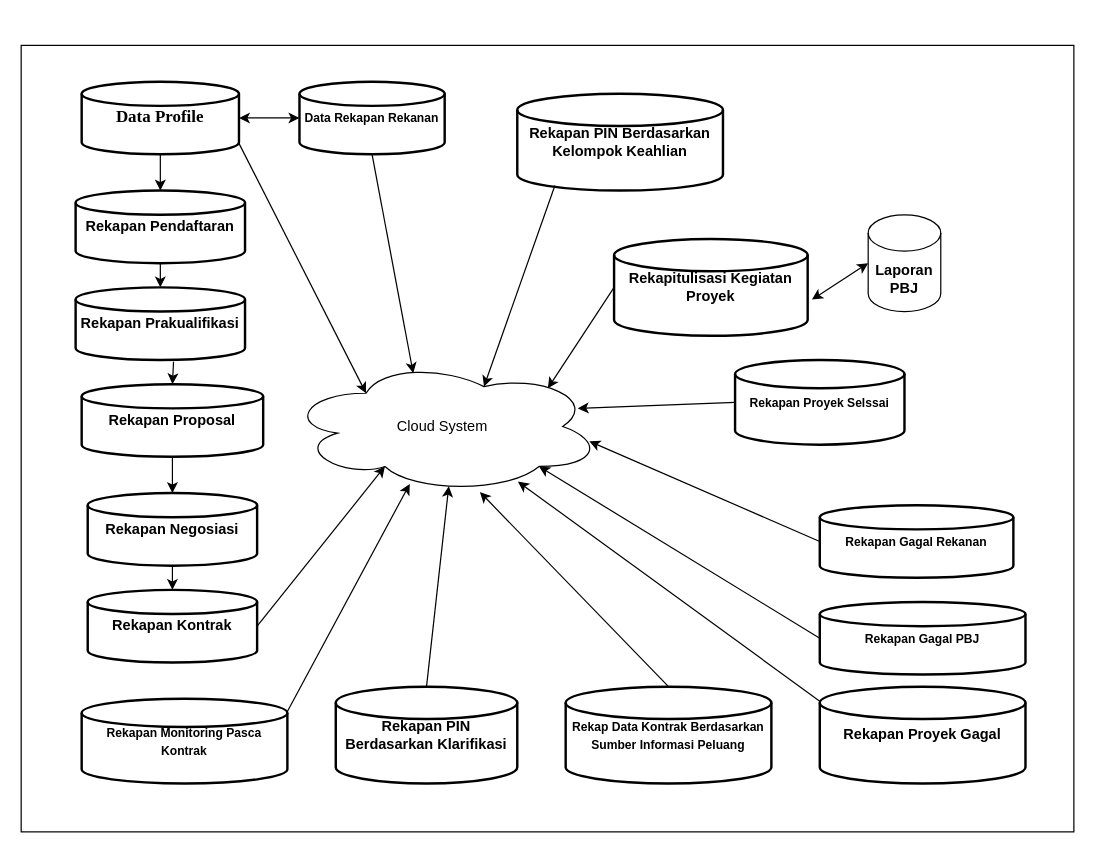
The draw.io diagram Rekapan_data.drawio in Tian7877/Hanoi_Tower, before the edit. Source tidied: cells renumbered, new cells numbered last; positions are measured from the earlier drawing's top-left corner, leaving out a move shared by most shapes. Both pictures are drawn from the tidied source at 121%, with x=0, y=0 at pixel (21, 45).
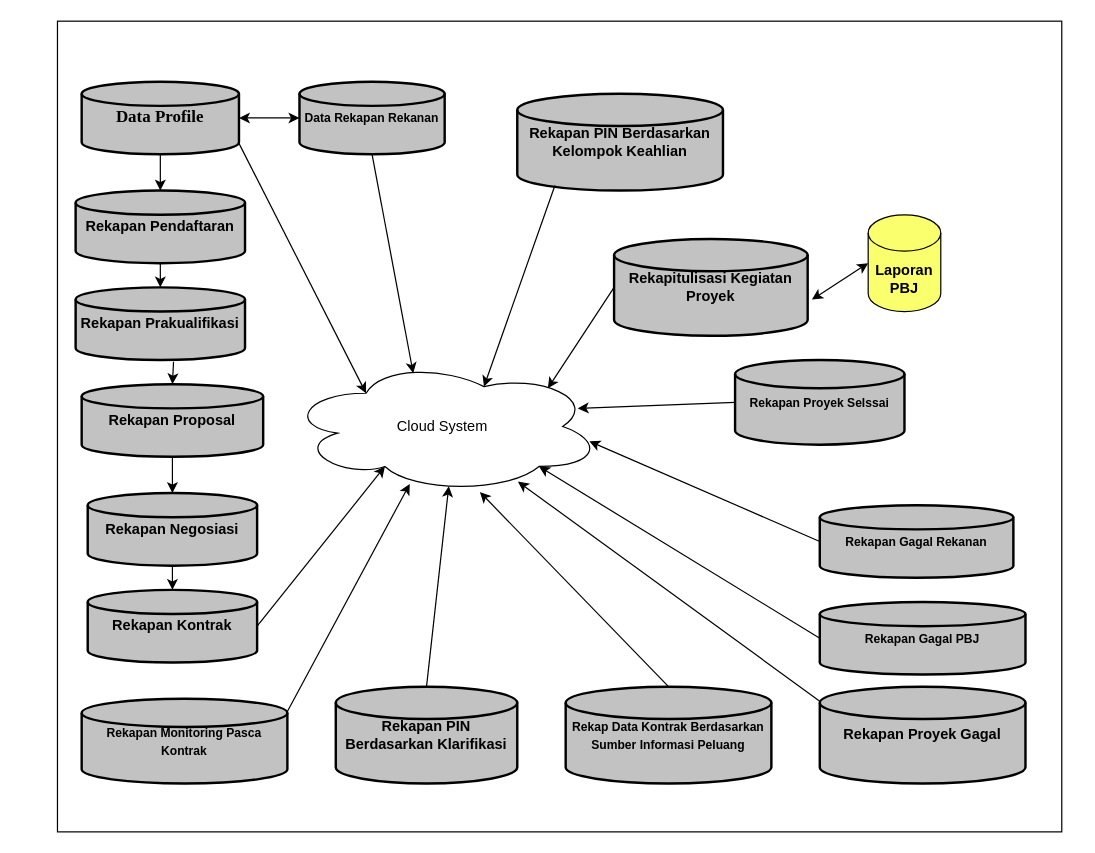
Above is the later version.

What changed in the source:
```diff
@@
-    <mxCell id="2" value="&lt;font face=&quot;Times New Roman&quot; style=&quot;font-size: 14px;&quot;&gt;Data Profile&lt;/font&gt;" style="strokeWidth=2;html=1;shape=mxgraph.flowchart.database;whiteSpace=wrap;fontStyle=1;" parent="1" vertex="1">
+    <mxCell id="2" value="&lt;font face=&quot;Times New Roman&quot; style=&quot;font-size: 14px;&quot;&gt;Data Profile&lt;/font&gt;" style="strokeWidth=2;html=1;shape=mxgraph.flowchart.database;whiteSpace=wrap;fontStyle=1;fillColor=#C2C2C2;" parent="1" vertex="1">
       <mxGeometry x="50" y="30" width="130" height="60" as="geometry" />
     </mxCell>
-    <mxCell id="3" value="&lt;font style=&quot;font-size: 10px;&quot;&gt;Data Rekapan Rekanan&lt;/font&gt;" style="strokeWidth=2;html=1;shape=mxgraph.flowchart.database;whiteSpace=wrap;fontStyle=1;" parent="1" vertex="1">
+    <mxCell id="3" value="&lt;font style=&quot;font-size: 10px;&quot;&gt;Data Rekapan Rekanan&lt;/font&gt;" style="strokeWidth=2;html=1;shape=mxgraph.flowchart.database;whiteSpace=wrap;fontStyle=1;fillColor=#C2C2C2;" parent="1" vertex="1">
       <mxGeometry x="230" y="30" width="120" height="60" as="geometry" />
     </mxCell>
-    <mxCell id="4" value="Rekapan Pendaftaran" style="strokeWidth=2;html=1;shape=mxgraph.flowchart.database;whiteSpace=wrap;fontStyle=1;" parent="1" vertex="1">
+    <mxCell id="4" value="Rekapan Pendaftaran" style="strokeWidth=2;html=1;shape=mxgraph.flowchart.database;whiteSpace=wrap;fontStyle=1;fillColor=#C2C2C2;" parent="1" vertex="1">
       <mxGeometry x="45" y="120" width="140" height="60" as="geometry" />
     </mxCell>
-    <mxCell id="5" value="Rekapan Prakualifikasi" style="strokeWidth=2;html=1;shape=mxgraph.flowchart.database;whiteSpace=wrap;fontStyle=1;" parent="1" vertex="1">
+    <mxCell id="5" value="Rekapan Prakualifikasi" style="strokeWidth=2;html=1;shape=mxgraph.flowchart.database;whiteSpace=wrap;fontStyle=1;fillColor=#C2C2C2;" parent="1" vertex="1">
       <mxGeometry x="45" y="200" width="140" height="60" as="geometry" />
     </mxCell>
-    <mxCell id="6" value="Rekapan Proposal" style="strokeWidth=2;html=1;shape=mxgraph.flowchart.database;whiteSpace=wrap;fontStyle=1;" parent="1" vertex="1">
+    <mxCell id="6" value="Rekapan Proposal" style="strokeWidth=2;html=1;shape=mxgraph.flowchart.database;whiteSpace=wrap;fontStyle=1;fillColor=#C2C2C2;" parent="1" vertex="1">
       <mxGeometry x="50" y="280" width="150" height="60" as="geometry" />
     </mxCell>
-    <mxCell id="7" value="Rekapan Negosiasi" style="strokeWidth=2;html=1;shape=mxgraph.flowchart.database;whiteSpace=wrap;fontStyle=1;" parent="1" vertex="1">
+    <mxCell id="7" value="Rekapan Negosiasi" style="strokeWidth=2;html=1;shape=mxgraph.flowchart.database;whiteSpace=wrap;fontStyle=1;fillColor=#C2C2C2;" parent="1" vertex="1">
       <mxGeometry x="55" y="370" width="140" height="60" as="geometry" />
     </mxCell>
-    <mxCell id="8" value="Rekapan Kontrak" style="strokeWidth=2;html=1;shape=mxgraph.flowchart.database;whiteSpace=wrap;fontStyle=1;" parent="1" vertex="1">
+    <mxCell id="8" value="Rekapan Kontrak" style="strokeWidth=2;html=1;shape=mxgraph.flowchart.database;whiteSpace=wrap;fontStyle=1;fillColor=#C2C2C2;" parent="1" vertex="1">
       <mxGeometry x="55" y="450" width="140" height="60" as="geometry" />
     </mxCell>
-    <mxCell id="9" value="&lt;font style=&quot;font-size: 10px;&quot;&gt;Rekapan Gagal Rekanan&lt;/font&gt;" style="strokeWidth=2;html=1;shape=mxgraph.flowchart.database;whiteSpace=wrap;fontStyle=1;" parent="1" vertex="1">
+    <mxCell id="9" value="&lt;font style=&quot;font-size: 10px;&quot;&gt;Rekapan Gagal Rekanan&lt;/font&gt;" style="strokeWidth=2;html=1;shape=mxgraph.flowchart.database;whiteSpace=wrap;fontStyle=1;fillColor=#C2C2C2;" parent="1" vertex="1">
       <mxGeometry x="660" y="380" width="160" height="60" as="geometry" />
     </mxCell>
-    <mxCell id="10" value="&lt;font style=&quot;font-size: 10px;&quot;&gt;Rekapan Gagal PBJ&lt;/font&gt;" style="strokeWidth=2;html=1;shape=mxgraph.flowchart.database;whiteSpace=wrap;fontStyle=1;" parent="1" vertex="1">
+    <mxCell id="10" value="&lt;font style=&quot;font-size: 10px;&quot;&gt;Rekapan Gagal PBJ&lt;/font&gt;" style="strokeWidth=2;html=1;shape=mxgraph.flowchart.database;whiteSpace=wrap;fontStyle=1;fillColor=#C2C2C2;" parent="1" vertex="1">
       <mxGeometry x="660" y="460" width="170" height="60" as="geometry" />
     </mxCell>
-    <mxCell id="11" value="&lt;b&gt;Rekapan PIN Berdasarkan Klarifikasi&lt;/b&gt;" style="strokeWidth=2;html=1;shape=mxgraph.flowchart.database;whiteSpace=wrap;" parent="1" vertex="1">
+    <mxCell id="11" value="&lt;b&gt;Rekapan PIN Berdasarkan Klarifikasi&lt;/b&gt;" style="strokeWidth=2;html=1;shape=mxgraph.flowchart.database;whiteSpace=wrap;fillColor=#C2C2C2;" parent="1" vertex="1">
       <mxGeometry x="260" y="530" width="150" height="80" as="geometry" />
     </mxCell>
-    <mxCell id="12" value="&lt;font style=&quot;font-size: 10px;&quot;&gt;Rekapan Proyek Selssai&lt;/font&gt;" style="strokeWidth=2;html=1;shape=mxgraph.flowchart.database;whiteSpace=wrap;fontStyle=1;" parent="1" vertex="1">
+    <mxCell id="12" value="&lt;font style=&quot;font-size: 10px;&quot;&gt;Rekapan Proyek Selssai&lt;/font&gt;" style="strokeWidth=2;html=1;shape=mxgraph.flowchart.database;whiteSpace=wrap;fontStyle=1;fillColor=#C2C2C2;" parent="1" vertex="1">
       <mxGeometry x="590" y="260" width="140" height="70" as="geometry" />
     </mxCell>
-    <mxCell id="13" value="&lt;span style=&quot;font-size: 10px;&quot;&gt;Rekapan Monitoring Pasca Kontrak&lt;/span&gt;" style="strokeWidth=2;html=1;shape=mxgraph.flowchart.database;whiteSpace=wrap;fontStyle=1;" parent="1" vertex="1">
+    <mxCell id="13" value="&lt;span style=&quot;font-size: 10px;&quot;&gt;Rekapan Monitoring Pasca Kontrak&lt;/span&gt;" style="strokeWidth=2;html=1;shape=mxgraph.flowchart.database;whiteSpace=wrap;fontStyle=1;fillColor=#C2C2C2;" parent="1" vertex="1">
       <mxGeometry x="50" y="540" width="170" height="70" as="geometry" />
     </mxCell>
-    <mxCell id="14" value="&lt;b&gt;Rekapitulisasi Kegiatan Proyek&lt;/b&gt;" style="strokeWidth=2;html=1;shape=mxgraph.flowchart.database;whiteSpace=wrap;" parent="1" vertex="1">
+    <mxCell id="14" value="&lt;b&gt;Rekapitulisasi Kegiatan Proyek&lt;/b&gt;" style="strokeWidth=2;html=1;shape=mxgraph.flowchart.database;whiteSpace=wrap;fillColor=#C2C2C2;" parent="1" vertex="1">
       <mxGeometry x="490" y="160" width="160" height="80" as="geometry" />
     </mxCell>
-    <mxCell id="15" value="&lt;b&gt;Rekapan PIN Berdasarkan Kelompok Keahlian&lt;/b&gt;" style="strokeWidth=2;html=1;shape=mxgraph.flowchart.database;whiteSpace=wrap;" parent="1" vertex="1">
+    <mxCell id="15" value="&lt;b&gt;Rekapan PIN Berdasarkan Kelompok Keahlian&lt;/b&gt;" style="strokeWidth=2;html=1;shape=mxgraph.flowchart.database;whiteSpace=wrap;fillColor=#C2C2C2;" parent="1" vertex="1">
       <mxGeometry x="410" y="40" width="170" height="80" as="geometry" />
     </mxCell>
-    <mxCell id="16" value="&lt;font style=&quot;font-size: 10px;&quot;&gt;&lt;b&gt;Rekap Data Kontrak Berdasarkan Sumber Informasi Peluang&lt;/b&gt;&lt;/font&gt;" style="strokeWidth=2;html=1;shape=mxgraph.flowchart.database;whiteSpace=wrap;" parent="1" vertex="1">
+    <mxCell id="16" value="&lt;font style=&quot;font-size: 10px;&quot;&gt;&lt;b&gt;Rekap Data Kontrak Berdasarkan Sumber Informasi Peluang&lt;/b&gt;&lt;/font&gt;" style="strokeWidth=2;html=1;shape=mxgraph.flowchart.database;whiteSpace=wrap;fillColor=#C2C2C2;" parent="1" vertex="1">
       <mxGeometry x="450" y="530" width="170" height="80" as="geometry" />
     </mxCell>
-    <mxCell id="17" value="&lt;b&gt;Laporan PBJ&lt;/b&gt;" style="shape=cylinder3;whiteSpace=wrap;html=1;boundedLbl=1;backgroundOutline=1;size=15;" parent="1" vertex="1">
+    <mxCell id="17" value="&lt;b&gt;Laporan PBJ&lt;/b&gt;" style="shape=cylinder3;whiteSpace=wrap;html=1;boundedLbl=1;backgroundOutline=1;size=15;fillColor=#FAFF6E;" parent="1" vertex="1">
       <mxGeometry x="700" y="140" width="60" height="80" as="geometry" />
     </mxCell>
-    <mxCell id="18" value="&lt;b&gt;Rekapan Proyek Gagal&lt;/b&gt;" style="strokeWidth=2;html=1;shape=mxgraph.flowchart.database;whiteSpace=wrap;" parent="1" vertex="1">
+    <mxCell id="18" value="&lt;b&gt;Rekapan Proyek Gagal&lt;/b&gt;" style="strokeWidth=2;html=1;shape=mxgraph.flowchart.database;whiteSpace=wrap;fillColor=#C2C2C2;" parent="1" vertex="1">
       <mxGeometry x="660" y="530" width="170" height="80" as="geometry" />
     </mxCell>
@@
-    <mxCell id="39" style="rounded=0;whiteSpace=wrap;html=1;fillColor=none;" parent="1" vertex="1">
-      <mxGeometry width="870" height="650" as="geometry" />
-    </mxCell>
+    <mxCell id="40" style="rounded=0;whiteSpace=wrap;html=1;fillColor=none;" parent="1" vertex="1">
+      <mxGeometry x="30" y="-20" width="830" height="670" as="geometry" />
+    </mxCell>
```
